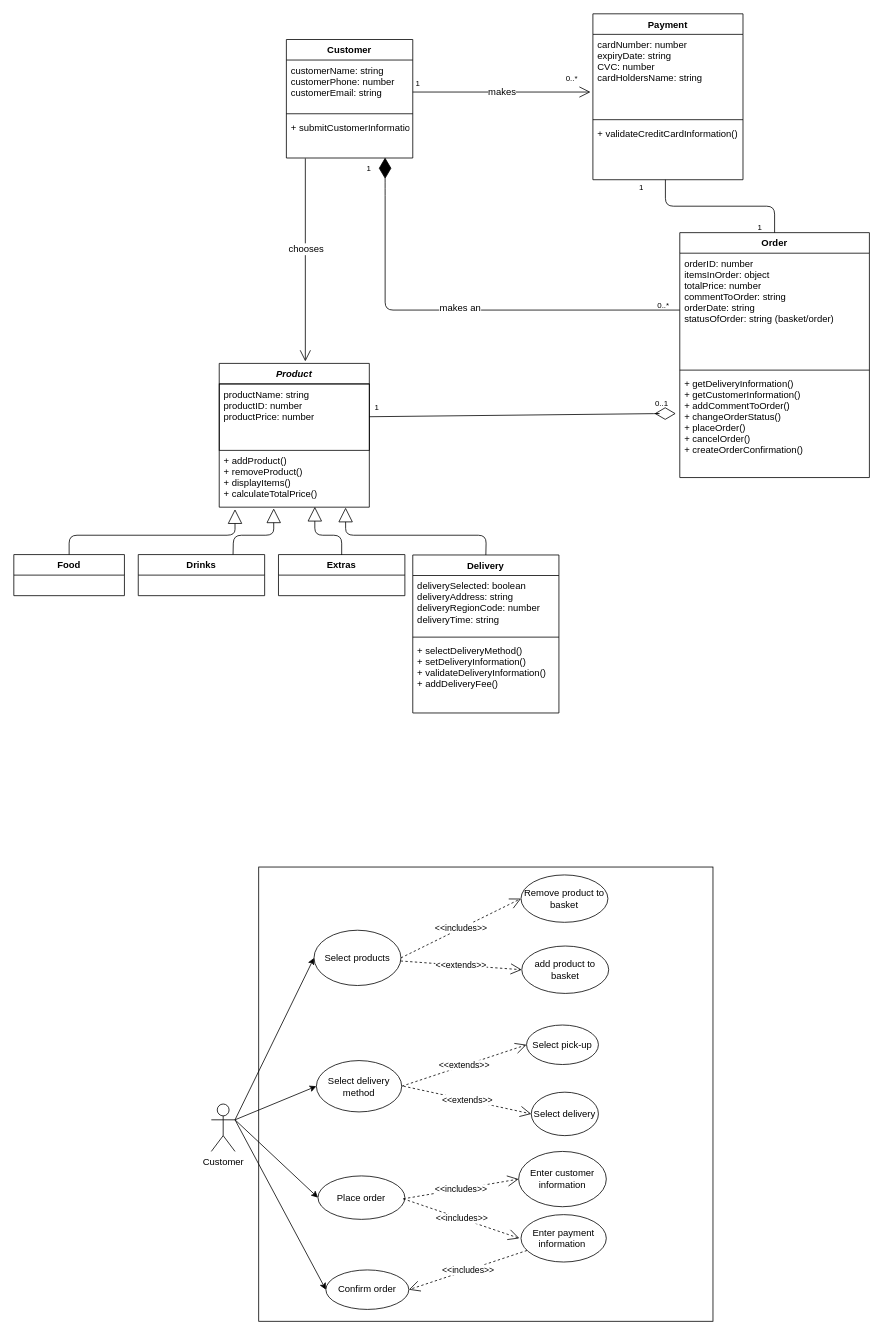
The draw.io diagram Untitled Diagram.drawio in akpe19ab/Sloth-Systems, before the edit. Source tidied: cells renumbered, new cells numbered last; positions are measured from the earlier drawing's top-left corner, leaving out a move shared by most shapes. Both pictures are drawn from the tidied source at 79%, with x=0, y=0 at pixel (13, 13).
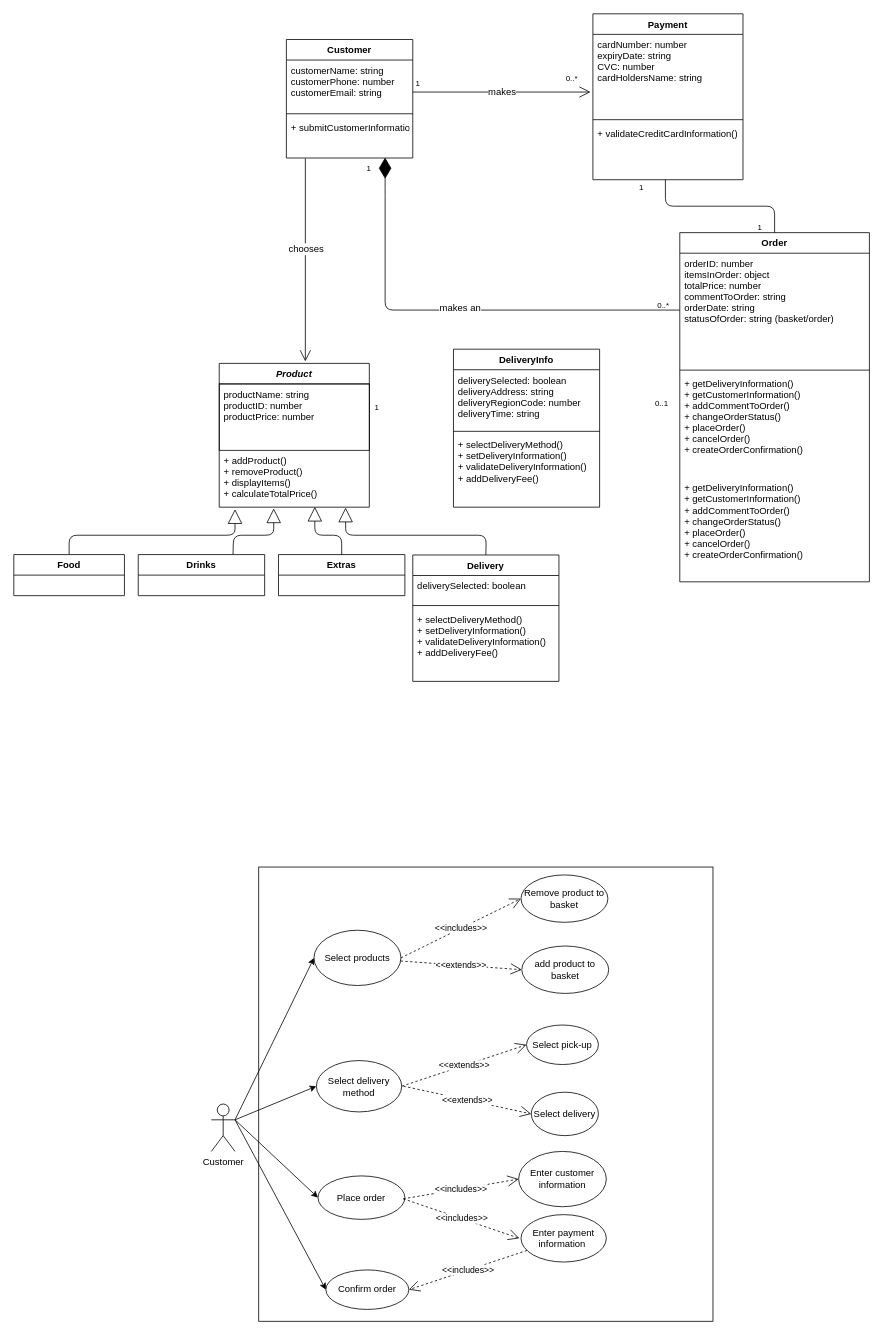
After the change.

The edit, as a diff of the source:
```diff
@@
     <mxCell id="11" value="Delivery" style="swimlane;fontStyle=1;align=center;verticalAlign=top;horizontal=1;startSize=26;" parent="1" vertex="1">
-      <mxGeometry x="505" y="685" width="185" height="200" as="geometry" />
+      <mxGeometry x="505" y="685" width="185" height="160" as="geometry" />
     </mxCell>
@@
-    <mxCell id="13" value="deliverySelected: boolean&#10;deliveryAddress: string&#10;deliveryRegionCode: number&#10;deliveryTime: string" style="text;strokeColor=none;fillColor=none;align=left;verticalAlign=top;spacingLeft=4;spacingRight=4;overflow=hidden;" parent="11" vertex="1">
-      <mxGeometry y="26" width="185" height="74" as="geometry" />
+    <mxCell id="13" value="deliverySelected: boolean" style="text;strokeColor=none;fillColor=none;align=left;verticalAlign=top;spacingLeft=4;spacingRight=4;overflow=hidden;" parent="11" vertex="1">
+      <mxGeometry y="26" width="185" height="34" as="geometry" />
     </mxCell>
     <mxCell id="14" style="line;strokeWidth=1;fillColor=none;align=left;verticalAlign=middle;spacingTop=-1;spacingLeft=3;spacingRight=3;labelPosition=right;" parent="11" vertex="1">
-      <mxGeometry y="100" width="185" height="8" as="geometry" />
+      <mxGeometry y="60" width="185" height="8" as="geometry" />
     </mxCell>
     <mxCell id="15" value="+ selectDeliveryMethod()&#10;+ setDeliveryInformation()&#10;+ validateDeliveryInformation()&#10;+ addDeliveryFee()" style="text;strokeColor=none;fillColor=none;align=left;verticalAlign=top;spacingLeft=4;spacingRight=4;overflow=hidden;" parent="11" vertex="1">
-      <mxGeometry y="108" width="185" height="92" as="geometry" />
+      <mxGeometry y="68" width="185" height="92" as="geometry" />
     </mxCell>
@@
     <mxCell id="17" value="Order" style="swimlane;fontStyle=1;align=center;verticalAlign=top;horizontal=1;startSize=26;strokeColor=#000000;" parent="1" vertex="1">
-      <mxGeometry x="843" y="277" width="240" height="310" as="geometry" />
+      <mxGeometry x="843" y="277" width="240" height="442" as="geometry" />
     </mxCell>
@@
+    <mxCell id="70" value="+ getDeliveryInformation()&#10;+ getCustomerInformation()&#10;+ addCommentToOrder()&#10;+ changeOrderStatus()&#10;+ placeOrder()&#10;+ cancelOrder()&#10;+ createOrderConfirmation()" style="text;strokeColor=none;fillColor=none;align=left;verticalAlign=top;spacingLeft=4;spacingRight=4;overflow=hidden;" parent="17" vertex="1">
+      <mxGeometry y="178" width="240" height="132" as="geometry" />
+    </mxCell>
     <mxCell id="20" value="+ getDeliveryInformation()&#10;+ getCustomerInformation()&#10;+ addCommentToOrder()&#10;+ changeOrderStatus()&#10;+ placeOrder()&#10;+ cancelOrder()&#10;+ createOrderConfirmation()" style="text;strokeColor=none;fillColor=none;align=left;verticalAlign=top;spacingLeft=4;spacingRight=4;overflow=hidden;" parent="17" vertex="1">
-      <mxGeometry y="178" width="240" height="132" as="geometry" />
+      <mxGeometry y="310" width="240" height="132" as="geometry" />
     </mxCell>
@@
-    <mxCell id="44" style="endArrow=diamondThin;endFill=0;endSize=24;html=1;" parent="1" edge="1">
-      <mxGeometry relative="1" as="geometry">
-        <mxPoint x="450" y="510" as="sourcePoint" />
-        <mxPoint x="838" y="506" as="targetPoint" />
-        <Array as="points">
-          <mxPoint x="820" y="506" />
-        </Array>
-      </mxGeometry>
-    </mxCell>
@@
+    <mxCell id="71" value="DeliveryInfo" style="swimlane;fontStyle=1;align=center;verticalAlign=top;horizontal=1;startSize=26;" parent="1" vertex="1">
+      <mxGeometry x="556.5" y="424.5" width="185" height="200" as="geometry" />
+    </mxCell>
+    <mxCell id="72" value="deliverySelected: boolean&#10;deliveryAddress: string&#10;deliveryRegionCode: number&#10;deliveryTime: string" style="text;strokeColor=none;fillColor=none;align=left;verticalAlign=top;spacingLeft=4;spacingRight=4;overflow=hidden;" parent="71" vertex="1">
+      <mxGeometry y="26" width="185" height="74" as="geometry" />
+    </mxCell>
+    <mxCell id="73" style="line;strokeWidth=1;fillColor=none;align=left;verticalAlign=middle;spacingTop=-1;spacingLeft=3;spacingRight=3;labelPosition=right;" parent="71" vertex="1">
+      <mxGeometry y="100" width="185" height="8" as="geometry" />
+    </mxCell>
+    <mxCell id="74" value="+ selectDeliveryMethod()&#10;+ setDeliveryInformation()&#10;+ validateDeliveryInformation()&#10;+ addDeliveryFee()" style="text;strokeColor=none;fillColor=none;align=left;verticalAlign=top;spacingLeft=4;spacingRight=4;overflow=hidden;" parent="71" vertex="1">
+      <mxGeometry y="108" width="185" height="92" as="geometry" />
+    </mxCell>
```
